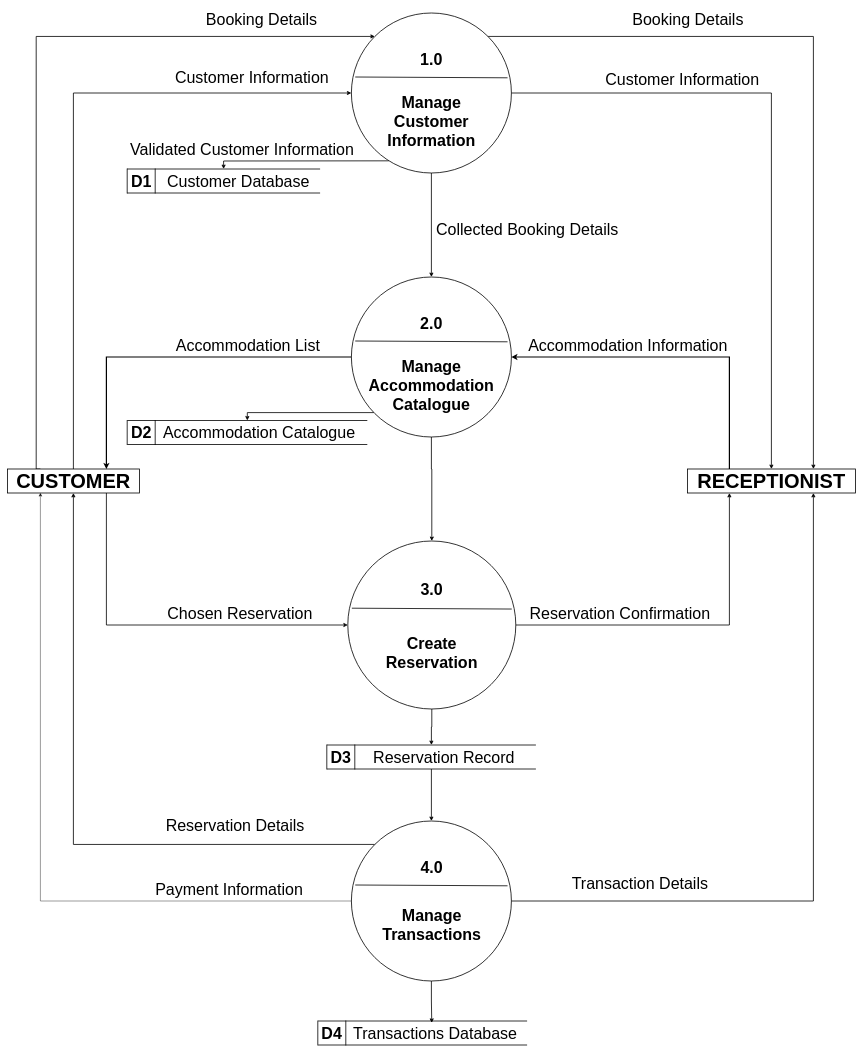
Above: CC13/TopLevelDiagram.drawio in doyaoencab/draw.io (draw.io), before the change. Source tidied: cells renumbered, new cells numbered last; positions are measured from the earlier drawing's top-left corner, leaving out a move shared by most shapes. Both pictures are drawn from the tidied source at 40%, with x=0, y=0 at pixel (7, 7).
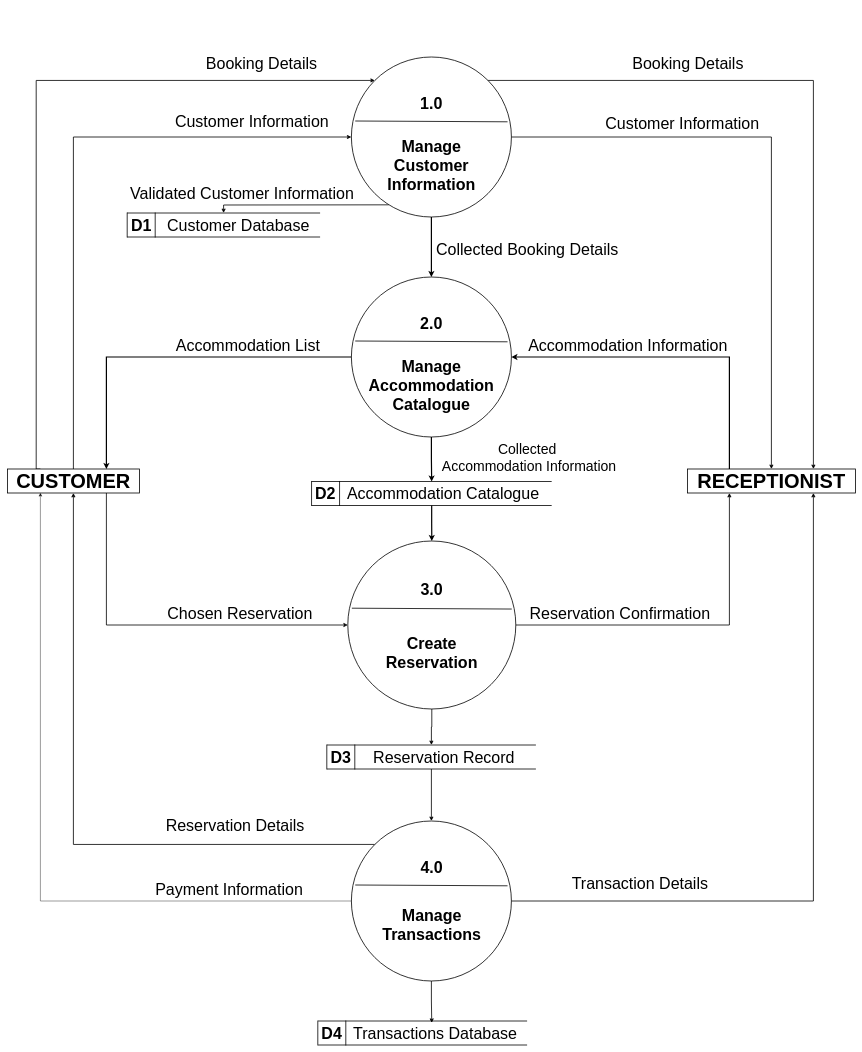
The same diagram, later.

The change refers to these unchanged cells:
```xml
<mxCell id="12" style="ellipse;whiteSpace=wrap;html=1;strokeWidth=2;" parent="1" vertex="1">
  <mxGeometry x="860" y="675" width="400" height="400" as="geometry" />
</mxCell>
<mxCell id="18" value="&lt;b&gt;&lt;font style=&quot;font-size: 50px;&quot;&gt;CUSTOMER&lt;/font&gt;&lt;/b&gt;" style="rounded=0;whiteSpace=wrap;html=1;strokeWidth=2;" parent="1" vertex="1">
  <mxGeometry y="1155" width="330" height="60" as="geometry" />
</mxCell>
<mxCell id="21" style="ellipse;whiteSpace=wrap;html=1;strokeWidth=2;" parent="1" vertex="1">
  <mxGeometry x="851" y="1335" width="420" height="420" as="geometry" />
</mxCell>
```

Diff of the diagram source:
```diff
@@
     <mxCell id="2" style="edgeStyle=orthogonalEdgeStyle;rounded=0;jettySize=auto;html=1;exitX=0.234;exitY=0.924;exitDx=0;exitDy=0;entryX=0;entryY=0.5;entryDx=0;entryDy=0;strokeWidth=2;exitPerimeter=0;" parent="1" edge="1" source="6" target="35">
       <mxGeometry relative="1" as="geometry">
         <Array as="points">
-          <mxPoint x="950" y="385" />
-          <mxPoint x="540" y="385" />
+          <mxPoint x="950" y="495" />
+          <mxPoint x="540" y="495" />
         </Array>
       </mxGeometry>
     </mxCell>
@@
-    <mxCell id="5" style="edgeStyle=orthogonalEdgeStyle;rounded=0;jettySize=auto;html=1;exitX=0.5;exitY=1;exitDx=0;exitDy=0;strokeWidth=2;" parent="1" edge="1" source="6" target="12">
+    <mxCell id="5" style="edgeStyle=orthogonalEdgeStyle;rounded=0;jettySize=auto;html=1;exitX=0.5;exitY=1;exitDx=0;exitDy=0;strokeWidth=3;" parent="1" edge="1" source="6" target="12">
       <mxGeometry relative="1" as="geometry" />
     </mxCell>
     <mxCell id="6" style="ellipse;whiteSpace=wrap;html=1;strokeWidth=2;" parent="1" vertex="1">
-      <mxGeometry x="860" y="15" width="400" height="400" as="geometry" />
+      <mxGeometry x="860" y="125" width="400" height="400" as="geometry" />
     </mxCell>
@@
     <mxCell id="8" value="&lt;b&gt;&lt;font&gt;1.0&lt;/font&gt;&lt;/b&gt;" style="text;html=1;align=center;verticalAlign=middle;whiteSpace=wrap;rounded=0;fontSize=40;strokeWidth=2;" parent="1" vertex="1">
-      <mxGeometry x="1030" y="115" width="60" height="30" as="geometry" />
+      <mxGeometry x="1030" y="225" width="60" height="30" as="geometry" />
     </mxCell>
-    <mxCell id="9" style="edgeStyle=orthogonalEdgeStyle;rounded=0;jettySize=auto;html=1;entryX=0;entryY=0.5;entryDx=0;entryDy=0;strokeWidth=2;" parent="1" edge="1" source="12" target="38">
-      <mxGeometry relative="1" as="geometry">
-        <Array as="points">
-          <mxPoint x="600" y="1014" />
-        </Array>
-      </mxGeometry>
+    <mxCell id="9" style="edgeStyle=orthogonalEdgeStyle;rounded=0;jettySize=auto;html=1;entryX=0;entryY=0.5;entryDx=0;entryDy=0;strokeWidth=3;exitX=0.5;exitY=1;exitDx=0;exitDy=0;" parent="1" edge="1" source="12" target="38">
+      <mxGeometry relative="1" as="geometry" />
     </mxCell>
@@
-    <mxCell id="11" style="edgeStyle=orthogonalEdgeStyle;rounded=0;jettySize=auto;html=1;exitX=0.5;exitY=1;exitDx=0;exitDy=0;entryX=0.5;entryY=0;entryDx=0;entryDy=0;strokeWidth=2;" parent="1" edge="1" source="12" target="21">
-      <mxGeometry relative="1" as="geometry">
-        <Array as="points">
-          <mxPoint x="1060" y="1155" />
-          <mxPoint x="1061" y="1285" />
-        </Array>
-      </mxGeometry>
-    </mxCell>
@@
     <mxCell id="15" style="edgeStyle=orthogonalEdgeStyle;rounded=0;jettySize=auto;html=1;exitX=0.25;exitY=0;exitDx=0;exitDy=0;entryX=0;entryY=0;entryDx=0;entryDy=0;strokeWidth=2;" parent="1" edge="1" source="18" target="6">
       <mxGeometry relative="1" as="geometry">
         <Array as="points">
-          <mxPoint x="72" y="74" />
+          <mxPoint x="72" y="184" />
         </Array>
       </mxGeometry>
     </mxCell>
@@
     <mxCell id="30" value="&lt;b&gt;&lt;font style=&quot;font-size: 40px;&quot;&gt;Manage Customer Information&lt;/font&gt;&lt;/b&gt;" style="text;html=1;align=center;verticalAlign=middle;whiteSpace=wrap;rounded=0;strokeWidth=2;" parent="1" vertex="1">
-      <mxGeometry x="960" y="205" width="200" height="160" as="geometry" />
+      <mxGeometry x="960" y="315" width="200" height="160" as="geometry" />
     </mxCell>
@@
     <mxCell id="34" value="&lt;font style=&quot;font-size: 40px;&quot;&gt;D1&lt;/font&gt;" style="shape=partialRectangle;whiteSpace=wrap;html=1;top=0;bottom=0;fillColor=none;fontStyle=1;strokeWidth=2;" parent="1" vertex="1">
-      <mxGeometry x="299.5" y="405" width="70" height="60" as="geometry" />
+      <mxGeometry x="299.5" y="515" width="70" height="60" as="geometry" />
     </mxCell>
     <mxCell id="35" style="shape=partialRectangle;whiteSpace=wrap;html=1;top=0;bottom=0;fillColor=none;rotation=90;fontStyle=1;strokeWidth=2;" parent="1" vertex="1">
-      <mxGeometry x="510.5" y="195" width="60" height="480" as="geometry" />
+      <mxGeometry x="510.5" y="305" width="60" height="480" as="geometry" />
     </mxCell>
     <mxCell id="36" value="&lt;font style=&quot;font-size: 40px;&quot;&gt;Customer Database&lt;/font&gt;" style="text;html=1;align=center;verticalAlign=middle;whiteSpace=wrap;rounded=0;strokeWidth=2;" parent="1" vertex="1">
-      <mxGeometry x="385.5" y="420" width="383" height="30" as="geometry" />
+      <mxGeometry x="385.5" y="530" width="383" height="30" as="geometry" />
     </mxCell>
     <mxCell id="37" value="&lt;font style=&quot;font-size: 40px;&quot;&gt;D2&lt;/font&gt;" style="shape=partialRectangle;whiteSpace=wrap;html=1;top=0;bottom=0;fillColor=none;fontStyle=1;strokeWidth=2;" parent="1" vertex="1">
-      <mxGeometry x="299.5" y="1033.8" width="70" height="60" as="geometry" />
+      <mxGeometry x="760.4" y="1186.2" width="70" height="60" as="geometry" />
     </mxCell>
+    <mxCell id="63" style="edgeStyle=orthogonalEdgeStyle;rounded=0;jettySize=auto;html=1;exitX=1;exitY=0.5;exitDx=0;exitDy=0;entryX=0.5;entryY=0;entryDx=0;entryDy=0;strokeWidth=3;" parent="1" edge="1" source="38" target="21">
+      <mxGeometry relative="1" as="geometry" />
+    </mxCell>
     <mxCell id="38" style="shape=partialRectangle;whiteSpace=wrap;html=1;top=0;bottom=0;fillColor=none;rotation=90;fontStyle=1;strokeWidth=2;" parent="1" vertex="1">
-      <mxGeometry x="569.8" y="765" width="60" height="597.5" as="geometry" />
+      <mxGeometry x="1030.7" y="917.5" width="60" height="597.5" as="geometry" />
     </mxCell>
     <mxCell id="39" value="&lt;font style=&quot;font-size: 40px;&quot;&gt;Accommodation Catalogue&lt;/font&gt;" style="text;html=1;align=center;verticalAlign=middle;whiteSpace=wrap;rounded=0;strokeWidth=2;" parent="1" vertex="1">
-      <mxGeometry x="369.5" y="1048.8" width="518.5" height="30" as="geometry" />
+      <mxGeometry x="830.4" y="1201.2" width="518.5" height="30" as="geometry" />
     </mxCell>
@@
     <mxCell id="46" value="&lt;font style=&quot;font-size: 40px;&quot;&gt;Booking Details&lt;/font&gt;" style="text;html=1;align=center;verticalAlign=middle;strokeColor=none;fillColor=none;" parent="1" vertex="1">
-      <mxGeometry x="485" width="300" height="60" as="geometry" />
+      <mxGeometry x="485" y="110" width="300" height="60" as="geometry" />
     </mxCell>
     <mxCell id="47" value="&lt;font style=&quot;font-size: 40px;&quot;&gt;Customer Information&lt;/font&gt;" style="edgeLabel;html=1;align=center;verticalAlign=middle;" parent="1" vertex="1">
-      <mxGeometry x="610" y="175" as="geometry" />
+      <mxGeometry x="610" y="285" as="geometry" />
     </mxCell>
     <mxCell id="48" value="&lt;font style=&quot;font-size: 40px;&quot;&gt;Booking Details&lt;/font&gt;" style="edgeLabel;html=1;align=center;verticalAlign=middle;fontSize=30;" parent="1" vertex="1">
-      <mxGeometry x="1700" y="30" as="geometry" />
+      <mxGeometry x="1700" y="140" as="geometry" />
     </mxCell>
     <mxCell id="49" value="&lt;font style=&quot;font-size: 40px;&quot;&gt;Customer Information&lt;/font&gt;" style="edgeLabel;html=1;align=center;verticalAlign=middle;fontSize=30;" parent="1" vertex="1">
-      <mxGeometry x="1700" y="145" as="geometry">
+      <mxGeometry x="1700" y="255" as="geometry">
         <mxPoint x="-14" y="34" as="offset" />
       </mxGeometry>
     </mxCell>
@@
     <mxCell id="61" value="&lt;span style=&quot;color: rgb(0, 0, 0); font-family: Helvetica; font-style: normal; font-variant-ligatures: normal; font-variant-caps: normal; font-weight: 400; letter-spacing: normal; orphans: 2; text-indent: 0px; text-transform: none; widows: 2; word-spacing: 0px; -webkit-text-stroke-width: 0px; white-space: nowrap; background-color: rgb(255, 255, 255); text-decoration-thickness: initial; text-decoration-style: initial; text-decoration-color: initial; float: none; display: inline !important;&quot;&gt;&lt;font&gt;Validated&amp;nbsp;&lt;/font&gt;&lt;/span&gt;&lt;span style=&quot;background-color: light-dark(rgb(255, 255, 255), rgb(18, 18, 18)); color: light-dark(rgb(0, 0, 0), rgb(237, 237, 237)); text-wrap-mode: nowrap;&quot;&gt;Customer Information&lt;/span&gt;" style="text;whiteSpace=wrap;html=1;align=center;fontSize=40;" parent="1" vertex="1">
-      <mxGeometry x="317" y="325" width="539.5" height="50" as="geometry" />
+      <mxGeometry x="317" y="435" width="539.5" height="50" as="geometry" />
     </mxCell>
     <mxCell id="62" value="&lt;span style=&quot;text-wrap-mode: nowrap; background-color: rgb(255, 255, 255);&quot;&gt;Collected&amp;nbsp;&lt;/span&gt;&lt;span style=&quot;background-color: light-dark(rgb(255, 255, 255), rgb(18, 18, 18)); text-wrap-mode: nowrap; color: light-dark(rgb(0, 0, 0), rgb(255, 255, 255));&quot;&gt;Booking Details&lt;/span&gt;" style="text;whiteSpace=wrap;html=1;align=center;fontSize=40;" parent="1" vertex="1">
-      <mxGeometry x="1150" y="525" width="300" height="50" as="geometry" />
+      <mxGeometry x="1150" y="575" width="300" height="50" as="geometry" />
     </mxCell>
+    <mxCell id="64" value="&lt;font style=&quot;font-size: 35px;&quot;&gt;&lt;font style=&quot;&quot;&gt;Collected&amp;nbsp;&lt;/font&gt;&lt;/font&gt;&lt;div&gt;&lt;font style=&quot;font-size: 35px;&quot;&gt;&lt;span style=&quot;background-color: light-dark(#ffffff, var(--ge-dark-color, #121212)); color: light-dark(rgb(0, 0, 0), rgb(255, 255, 255));&quot;&gt;Accommodation Information&lt;/span&gt;&lt;/font&gt;&lt;/div&gt;" style="edgeLabel;html=1;align=center;verticalAlign=middle;" parent="1" vertex="1">
+      <mxGeometry x="1303.5" y="1125" as="geometry" />
+    </mxCell>
```
